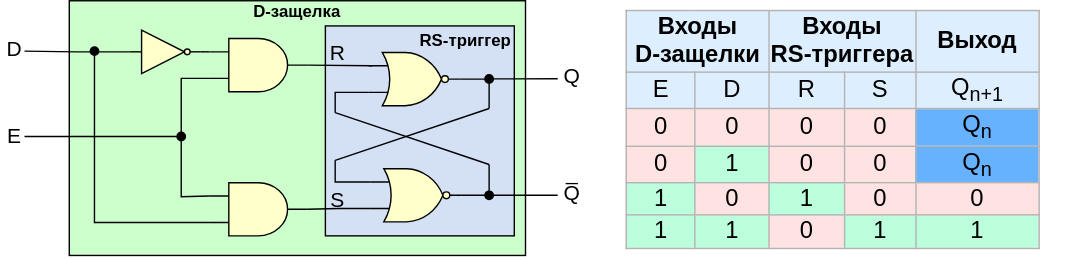
This is .pic/Introduction/Sequential logic/fig_04.drawio.svg from MPSU/APS, a draw.io export, as it was before one commit. Source tidied: cells renumbered, new cells last; positions are measured from the earlier drawing's top-left corner, leaving out a move shared by most shapes.
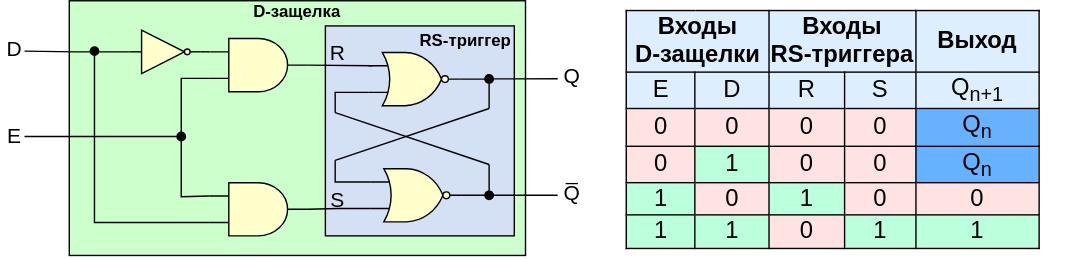
Above is the later version.

Diff of the diagram source:
```diff
@@ -136,7 +136,7 @@
     <mxCell id="30" style="edgeStyle=orthogonalEdgeStyle;rounded=0;jettySize=auto;html=1;exitX=1;exitY=0.5;exitDx=0;exitDy=0;exitPerimeter=0;entryX=0;entryY=0.25;entryDx=0;entryDy=0;entryPerimeter=0;endArrow=none;endFill=0;" parent="1" edge="1" source="29" target="26">
       <mxGeometry relative="1" as="geometry" />
     </mxCell>
-    <mxCell id="31" value="&lt;table border=&quot;1&quot; class=&quot;wikitable&quot; style=&quot;text-align: center; font-size: 17px; border: 1px solid rgb(179, 179, 179); border-collapse: collapse; background-color: rgb(255, 227, 227);&quot; id=&quot;mwAjk&quot;&gt;&lt;tbody id=&quot;mwAjs&quot;&gt;&lt;tr style=&quot;background: rgb(221, 238, 255);&quot; id=&quot;mwAjw&quot;&gt;&lt;td colspan=&quot;2&quot; id=&quot;mwAj0&quot;&gt;&lt;b&gt;&lt;font style=&quot;font-size: 17px;&quot;&gt;Входы&lt;br&gt;&amp;nbsp;D-защелки&amp;nbsp;&lt;/font&gt;&lt;/b&gt;&lt;/td&gt;&lt;td colspan=&quot;2&quot; id=&quot;mwAj8&quot;&gt;&lt;b id=&quot;mwAkA&quot;&gt;&lt;font style=&quot;font-size: 17px;&quot;&gt;Входы&lt;br&gt;RS-триггера&lt;/font&gt;&lt;/b&gt;&lt;/td&gt;&lt;td colspan=&quot;2&quot;&gt;&lt;b&gt;&lt;font style=&quot;font-size: 17px;&quot;&gt;&amp;nbsp; &amp;nbsp;Выход&amp;nbsp; &amp;nbsp;&lt;/font&gt;&lt;/b&gt;&lt;/td&gt;&lt;/tr&gt;&lt;tr style=&quot;background: rgb(221, 238, 255);&quot; id=&quot;mwAkE&quot;&gt;&lt;td id=&quot;mwAkI&quot;&gt;&lt;font style=&quot;font-size: 17px;&quot;&gt;E&lt;/font&gt;&lt;/td&gt;&lt;td id=&quot;mwAkM&quot;&gt;&lt;font style=&quot;font-size: 17px;&quot;&gt;D&lt;/font&gt;&lt;/td&gt;&lt;td id=&quot;mwAkQ&quot;&gt;&lt;font style=&quot;font-size: 17px;&quot;&gt;R&lt;/font&gt;&lt;/td&gt;&lt;td id=&quot;mwAkU&quot;&gt;&lt;font style=&quot;font-size: 17px;&quot;&gt;S&lt;/font&gt;&lt;/td&gt;&lt;td id=&quot;mwAkY&quot;&gt;&lt;font style=&quot;font-size: 17px;&quot;&gt;Q&lt;sub&gt;n+1&lt;/sub&gt;&lt;/font&gt;&lt;/td&gt;&lt;/tr&gt;&lt;tr id=&quot;mwAko&quot;&gt;&lt;td style=&quot;background-color: rgb(255, 227, 227);&quot; id=&quot;mwAks&quot;&gt;&lt;font style=&quot;font-size: 17px;&quot;&gt;0&lt;/font&gt;&lt;/td&gt;&lt;td style=&quot;background-color: rgb(255, 227, 227);&quot; id=&quot;mwAkw&quot;&gt;&lt;font style=&quot;font-size: 17px;&quot;&gt;0&lt;/font&gt;&lt;/td&gt;&lt;td style=&quot;background: rgb(255, 227, 227); color: black; vertical-align: middle; text-align: center;&quot; class=&quot;table-no2&quot; data-mw=&quot;{&amp;quot;parts&amp;quot;:[&amp;quot;|| &amp;quot;,{&amp;quot;template&amp;quot;:{&amp;quot;target&amp;quot;:{&amp;quot;wt&amp;quot;:&amp;quot;no2&amp;quot;,&amp;quot;href&amp;quot;:&amp;quot;./Template:No2&amp;quot;},&amp;quot;params&amp;quot;:{&amp;quot;1&amp;quot;:{&amp;quot;wt&amp;quot;:&amp;quot;0&amp;quot;}},&amp;quot;i&amp;quot;:0}},&amp;quot; &amp;quot;]}&quot; id=&quot;mwASM&quot;&gt;&lt;font style=&quot;font-size: 17px;&quot;&gt;0&lt;/font&gt;&lt;/td&gt;&lt;td style=&quot;background: rgb(255, 227, 227); color: black; vertical-align: middle; text-align: center;&quot; class=&quot;table-yes2&quot; data-mw=&quot;{&amp;quot;parts&amp;quot;:[&amp;quot;|| &amp;quot;,{&amp;quot;template&amp;quot;:{&amp;quot;target&amp;quot;:{&amp;quot;wt&amp;quot;:&amp;quot;yes2&amp;quot;,&amp;quot;href&amp;quot;:&amp;quot;./Template:Yes2&amp;quot;},&amp;quot;params&amp;quot;:{&amp;quot;1&amp;quot;:{&amp;quot;wt&amp;quot;:&amp;quot;1&amp;quot;}},&amp;quot;i&amp;quot;:0}},&amp;quot; &amp;quot;]}&quot; id=&quot;mwASc&quot;&gt;&lt;font style=&quot;font-size: 17px;&quot;&gt;0&lt;/font&gt;&lt;/td&gt;&lt;td style=&quot;background: rgb(102, 178, 255); color: black; text-align: center;&quot; class=&quot;table-no2&quot; data-mw=&quot;{&amp;quot;parts&amp;quot;:[&amp;quot;|| &amp;quot;,{&amp;quot;template&amp;quot;:{&amp;quot;target&amp;quot;:{&amp;quot;wt&amp;quot;:&amp;quot;no2&amp;quot;,&amp;quot;href&amp;quot;:&amp;quot;./Template:No2&amp;quot;},&amp;quot;params&amp;quot;:{&amp;quot;1&amp;quot;:{&amp;quot;wt&amp;quot;:&amp;quot;0&amp;quot;}},&amp;quot;i&amp;quot;:0}},&amp;quot; &amp;quot;]}&quot; id=&quot;mwASM&quot;&gt;&lt;span style=&quot;vertical-align: middle;&quot;&gt;Q&lt;/span&gt;&lt;sub&gt;n&lt;/sub&gt;&lt;br&gt;&lt;/td&gt;&lt;/tr&gt;&lt;tr id=&quot;mwAlM&quot;&gt;&lt;td style=&quot;background-color: rgb(255, 227, 227);&quot; id=&quot;mwAlQ&quot;&gt;&lt;font style=&quot;font-size: 17px;&quot;&gt;0&lt;/font&gt;&lt;/td&gt;&lt;td style=&quot;background-color: rgb(187, 255, 221);&quot; id=&quot;mwAlU&quot;&gt;&lt;font style=&quot;font-size: 17px;&quot;&gt;1&lt;/font&gt;&lt;/td&gt;&lt;td style=&quot;background: rgb(255, 227, 227); color: black; vertical-align: middle; text-align: center;&quot; class=&quot;table-no2&quot; data-mw=&quot;{&amp;quot;parts&amp;quot;:[&amp;quot;|| &amp;quot;,{&amp;quot;template&amp;quot;:{&amp;quot;target&amp;quot;:{&amp;quot;wt&amp;quot;:&amp;quot;no2&amp;quot;,&amp;quot;href&amp;quot;:&amp;quot;./Template:No2&amp;quot;},&amp;quot;params&amp;quot;:{&amp;quot;1&amp;quot;:{&amp;quot;wt&amp;quot;:&amp;quot;0&amp;quot;}},&amp;quot;i&amp;quot;:0}},&amp;quot; &amp;quot;]}&quot; id=&quot;mwASM&quot;&gt;&lt;font style=&quot;font-size: 17px;&quot;&gt;0&lt;/font&gt;&lt;/td&gt;&lt;td style=&quot;background: rgb(255, 227, 227); color: black; vertical-align: middle; text-align: center;&quot; class=&quot;table-yes2&quot; data-mw=&quot;{&amp;quot;parts&amp;quot;:[&amp;quot;|| &amp;quot;,{&amp;quot;template&amp;quot;:{&amp;quot;target&amp;quot;:{&amp;quot;wt&amp;quot;:&amp;quot;yes2&amp;quot;,&amp;quot;href&amp;quot;:&amp;quot;./Template:Yes2&amp;quot;},&amp;quot;params&amp;quot;:{&amp;quot;1&amp;quot;:{&amp;quot;wt&amp;quot;:&amp;quot;1&amp;quot;}},&amp;quot;i&amp;quot;:0}},&amp;quot; &amp;quot;]}&quot; id=&quot;mwASc&quot;&gt;&lt;font style=&quot;font-size: 17px;&quot;&gt;0&lt;/font&gt;&lt;/td&gt;&lt;td style=&quot;background: rgb(102, 178, 255); color: black; text-align: center;&quot; class=&quot;table-yes2&quot; data-mw=&quot;{&amp;quot;parts&amp;quot;:[&amp;quot;|| &amp;quot;,{&amp;quot;template&amp;quot;:{&amp;quot;target&amp;quot;:{&amp;quot;wt&amp;quot;:&amp;quot;yes2&amp;quot;,&amp;quot;href&amp;quot;:&amp;quot;./Template:Yes2&amp;quot;},&amp;quot;params&amp;quot;:{&amp;quot;1&amp;quot;:{&amp;quot;wt&amp;quot;:&amp;quot;1&amp;quot;}},&amp;quot;i&amp;quot;:0}},&amp;quot; &amp;quot;]}&quot; id=&quot;mwASc&quot;&gt;&lt;font style=&quot;font-size: 17px;&quot;&gt;&lt;span style=&quot;vertical-align: middle;&quot;&gt;Q&lt;/span&gt;&lt;sub&gt;n&lt;/sub&gt;&lt;/font&gt;&lt;/td&gt;&lt;/tr&gt;&lt;tr id=&quot;mwAlw&quot;&gt;&lt;td style=&quot;background-color: rgb(187, 255, 221);&quot; id=&quot;mwAl0&quot;&gt;&lt;font style=&quot;font-size: 17px;&quot;&gt;1&lt;/font&gt;&lt;/td&gt;&lt;td style=&quot;background-color: rgb(255, 227, 227);&quot; id=&quot;mwAl4&quot;&gt;&lt;font style=&quot;font-size: 17px;&quot;&gt;0&lt;/font&gt;&lt;/td&gt;&lt;td style=&quot;background: rgb(187, 255, 221); color: black; vertical-align: middle; text-align: center;&quot; class=&quot;table-no2&quot; data-mw=&quot;{&amp;quot;parts&amp;quot;:[&amp;quot;|| &amp;quot;,{&amp;quot;template&amp;quot;:{&amp;quot;target&amp;quot;:{&amp;quot;wt&amp;quot;:&amp;quot;no2&amp;quot;,&amp;quot;href&amp;quot;:&amp;quot;./Template:No2&amp;quot;},&amp;quot;params&amp;quot;:{&amp;quot;1&amp;quot;:{&amp;quot;wt&amp;quot;:&amp;quot;0&amp;quot;}},&amp;quot;i&amp;quot;:0}},&amp;quot; &amp;quot;]}&quot; id=&quot;mwASM&quot;&gt;&lt;font style=&quot;font-size: 17px;&quot;&gt;1&lt;/font&gt;&lt;/td&gt;&lt;td style=&quot;background: rgb(255, 227, 227); color: black; vertical-align: middle; text-align: center;&quot; class=&quot;table-yes2&quot; data-mw=&quot;{&amp;quot;parts&amp;quot;:[&amp;quot;|| &amp;quot;,{&amp;quot;template&amp;quot;:{&amp;quot;target&amp;quot;:{&amp;quot;wt&amp;quot;:&amp;quot;yes2&amp;quot;,&amp;quot;href&amp;quot;:&amp;quot;./Template:Yes2&amp;quot;},&amp;quot;params&amp;quot;:{&amp;quot;1&amp;quot;:{&amp;quot;wt&amp;quot;:&amp;quot;1&amp;quot;}},&amp;quot;i&amp;quot;:0}},&amp;quot; &amp;quot;]}&quot; id=&quot;mwASc&quot;&gt;&lt;font style=&quot;font-size: 17px;&quot;&gt;0&lt;/font&gt;&lt;/td&gt;&lt;td style=&quot;background: rgb(255, 227, 227); color: black; vertical-align: middle; text-align: center;&quot; class=&quot;table-yes2&quot; data-mw=&quot;{&amp;quot;parts&amp;quot;:[&amp;quot;|| &amp;quot;,{&amp;quot;template&amp;quot;:{&amp;quot;target&amp;quot;:{&amp;quot;wt&amp;quot;:&amp;quot;yes2&amp;quot;,&amp;quot;href&amp;quot;:&amp;quot;./Template:Yes2&amp;quot;},&amp;quot;params&amp;quot;:{&amp;quot;1&amp;quot;:{&amp;quot;wt&amp;quot;:&amp;quot;1&amp;quot;}},&amp;quot;i&amp;quot;:0}},&amp;quot; &amp;quot;]}&quot; id=&quot;mwASc&quot;&gt;&lt;font style=&quot;font-size: 17px;&quot;&gt;0&lt;/font&gt;&lt;/td&gt;&lt;/tr&gt;&lt;tr id=&quot;mwAmU&quot;&gt;&lt;td style=&quot;background-color: rgb(187, 255, 221);&quot; id=&quot;mwAmY&quot;&gt;&lt;font style=&quot;font-size: 17px;&quot;&gt;1&lt;/font&gt;&lt;/td&gt;&lt;td style=&quot;background-color: rgb(187, 255, 221);&quot; id=&quot;mwAmc&quot;&gt;&lt;font style=&quot;font-size: 17px;&quot;&gt;1&lt;/font&gt;&lt;/td&gt;&lt;td style=&quot;background-image: initial; background-position: initial; background-size: initial; background-repeat: initial; background-attachment: initial; background-origin: initial; background-clip: initial; color: black; vertical-align: middle; text-align: center;&quot; class=&quot;table-yes2&quot; data-mw=&quot;{&amp;quot;parts&amp;quot;:[&amp;quot;|| &amp;quot;,{&amp;quot;template&amp;quot;:{&amp;quot;target&amp;quot;:{&amp;quot;wt&amp;quot;:&amp;quot;yes2&amp;quot;,&amp;quot;href&amp;quot;:&amp;quot;./Template:Yes2&amp;quot;},&amp;quot;params&amp;quot;:{&amp;quot;1&amp;quot;:{&amp;quot;wt&amp;quot;:&amp;quot;1&amp;quot;}},&amp;quot;i&amp;quot;:0}},&amp;quot; &amp;quot;]}&quot; id=&quot;mwASc&quot;&gt;&lt;span&gt;0&lt;/span&gt;&lt;/td&gt;&lt;td style=&quot;background: rgb(187, 255, 221); color: black; vertical-align: middle; text-align: center;&quot; class=&quot;table-no2&quot; data-mw=&quot;{&amp;quot;parts&amp;quot;:[&amp;quot;|| &amp;quot;,{&amp;quot;template&amp;quot;:{&amp;quot;target&amp;quot;:{&amp;quot;wt&amp;quot;:&amp;quot;no2&amp;quot;,&amp;quot;href&amp;quot;:&amp;quot;./Template:No2&amp;quot;},&amp;quot;params&amp;quot;:{&amp;quot;1&amp;quot;:{&amp;quot;wt&amp;quot;:&amp;quot;0&amp;quot;}},&amp;quot;i&amp;quot;:0}},&amp;quot; &amp;quot;]}&quot; id=&quot;mwASM&quot;&gt;&lt;font style=&quot;font-size: 17px;&quot;&gt;1&lt;/font&gt;&lt;/td&gt;&lt;td style=&quot;background: rgb(187, 255, 221); color: black; vertical-align: middle; text-align: center;&quot; class=&quot;table-yes2&quot; data-mw=&quot;{&amp;quot;parts&amp;quot;:[&amp;quot;|| &amp;quot;,{&amp;quot;template&amp;quot;:{&amp;quot;target&amp;quot;:{&amp;quot;wt&amp;quot;:&amp;quot;yes2&amp;quot;,&amp;quot;href&amp;quot;:&amp;quot;./Template:Yes2&amp;quot;},&amp;quot;params&amp;quot;:{&amp;quot;1&amp;quot;:{&amp;quot;wt&amp;quot;:&amp;quot;1&amp;quot;}},&amp;quot;i&amp;quot;:0}},&amp;quot; &amp;quot;]}&quot; id=&quot;mwASc&quot;&gt;&lt;font style=&quot;font-size: 17px;&quot;&gt;1&lt;/font&gt;&lt;/td&gt;&lt;/tr&gt;&lt;/tbody&gt;&lt;/table&gt;" style="text;whiteSpace=wrap;html=1;strokeColor=none;" parent="1" vertex="1">
+    <mxCell id="31" value="&lt;table border=&quot;1&quot; class=&quot;wikitable&quot; style=&quot;text-align: center; font-size: 17px; border: 1px solid rgb(0, 0, 0); border-collapse: collapse; background-color: rgb(255, 227, 227);&quot; id=&quot;mwAjk&quot;&gt;&lt;tbody id=&quot;mwAjs&quot;&gt;&lt;tr style=&quot;background: rgb(221, 238, 255);&quot; id=&quot;mwAjw&quot;&gt;&lt;td colspan=&quot;2&quot; id=&quot;mwAj0&quot; style=&quot;border: 1px solid rgb(0, 0, 0);&quot;&gt;&lt;b&gt;&lt;font style=&quot;font-size: 17px;&quot;&gt;Входы&lt;br&gt;&amp;nbsp;D-защелки&amp;nbsp;&lt;/font&gt;&lt;/b&gt;&lt;/td&gt;&lt;td colspan=&quot;2&quot; id=&quot;mwAj8&quot; style=&quot;border: 1px solid rgb(0, 0, 0);&quot;&gt;&lt;b id=&quot;mwAkA&quot;&gt;&lt;font style=&quot;font-size: 17px;&quot;&gt;Входы&lt;br&gt;RS-триггера&lt;/font&gt;&lt;/b&gt;&lt;/td&gt;&lt;td colspan=&quot;2&quot; style=&quot;border: 1px solid rgb(0, 0, 0);&quot;&gt;&lt;b&gt;&lt;font style=&quot;font-size: 17px;&quot;&gt;&amp;nbsp; &amp;nbsp;Выход&amp;nbsp; &amp;nbsp;&lt;/font&gt;&lt;/b&gt;&lt;/td&gt;&lt;/tr&gt;&lt;tr style=&quot;background: rgb(221, 238, 255);&quot; id=&quot;mwAkE&quot;&gt;&lt;td id=&quot;mwAkI&quot; style=&quot;border: 1px solid rgb(0, 0, 0);&quot;&gt;&lt;font style=&quot;font-size: 17px;&quot;&gt;E&lt;/font&gt;&lt;/td&gt;&lt;td id=&quot;mwAkM&quot; style=&quot;border: 1px solid rgb(0, 0, 0);&quot;&gt;&lt;font style=&quot;font-size: 17px;&quot;&gt;D&lt;/font&gt;&lt;/td&gt;&lt;td id=&quot;mwAkQ&quot; style=&quot;border: 1px solid rgb(0, 0, 0);&quot;&gt;&lt;font style=&quot;font-size: 17px;&quot;&gt;R&lt;/font&gt;&lt;/td&gt;&lt;td id=&quot;mwAkU&quot; style=&quot;border: 1px solid rgb(0, 0, 0);&quot;&gt;&lt;font style=&quot;font-size: 17px;&quot;&gt;S&lt;/font&gt;&lt;/td&gt;&lt;td id=&quot;mwAkY&quot; style=&quot;border: 1px solid rgb(0, 0, 0);&quot;&gt;&lt;font style=&quot;font-size: 17px;&quot;&gt;Q&lt;sub&gt;n+1&lt;/sub&gt;&lt;/font&gt;&lt;/td&gt;&lt;/tr&gt;&lt;tr id=&quot;mwAko&quot;&gt;&lt;td style=&quot;background-color: rgb(255, 227, 227); border: 1px solid rgb(0, 0, 0);&quot; id=&quot;mwAks&quot;&gt;&lt;font style=&quot;font-size: 17px;&quot;&gt;0&lt;/font&gt;&lt;/td&gt;&lt;td style=&quot;background-color: rgb(255, 227, 227); border: 1px solid rgb(0, 0, 0);&quot; id=&quot;mwAkw&quot;&gt;&lt;font style=&quot;font-size: 17px;&quot;&gt;0&lt;/font&gt;&lt;/td&gt;&lt;td style=&quot;background: rgb(255, 227, 227); color: black; vertical-align: middle; text-align: center; border: 1px solid rgb(0, 0, 0);&quot; class=&quot;table-no2&quot; data-mw=&quot;{&amp;quot;parts&amp;quot;:[&amp;quot;|| &amp;quot;,{&amp;quot;template&amp;quot;:{&amp;quot;target&amp;quot;:{&amp;quot;wt&amp;quot;:&amp;quot;no2&amp;quot;,&amp;quot;href&amp;quot;:&amp;quot;./Template:No2&amp;quot;},&amp;quot;params&amp;quot;:{&amp;quot;1&amp;quot;:{&amp;quot;wt&amp;quot;:&amp;quot;0&amp;quot;}},&amp;quot;i&amp;quot;:0}},&amp;quot; &amp;quot;]}&quot; id=&quot;mwASM&quot;&gt;&lt;font style=&quot;font-size: 17px;&quot;&gt;0&lt;/font&gt;&lt;/td&gt;&lt;td style=&quot;background: rgb(255, 227, 227); color: black; vertical-align: middle; text-align: center; border: 1px solid rgb(0, 0, 0);&quot; class=&quot;table-yes2&quot; data-mw=&quot;{&amp;quot;parts&amp;quot;:[&amp;quot;|| &amp;quot;,{&amp;quot;template&amp;quot;:{&amp;quot;target&amp;quot;:{&amp;quot;wt&amp;quot;:&amp;quot;yes2&amp;quot;,&amp;quot;href&amp;quot;:&amp;quot;./Template:Yes2&amp;quot;},&amp;quot;params&amp;quot;:{&amp;quot;1&amp;quot;:{&amp;quot;wt&amp;quot;:&amp;quot;1&amp;quot;}},&amp;quot;i&amp;quot;:0}},&amp;quot; &amp;quot;]}&quot; id=&quot;mwASc&quot;&gt;&lt;font style=&quot;font-size: 17px;&quot;&gt;0&lt;/font&gt;&lt;/td&gt;&lt;td style=&quot;background: rgb(102, 178, 255); color: black; text-align: center; border: 1px solid rgb(0, 0, 0);&quot; class=&quot;table-no2&quot; data-mw=&quot;{&amp;quot;parts&amp;quot;:[&amp;quot;|| &amp;quot;,{&amp;quot;template&amp;quot;:{&amp;quot;target&amp;quot;:{&amp;quot;wt&amp;quot;:&amp;quot;no2&amp;quot;,&amp;quot;href&amp;quot;:&amp;quot;./Template:No2&amp;quot;},&amp;quot;params&amp;quot;:{&amp;quot;1&amp;quot;:{&amp;quot;wt&amp;quot;:&amp;quot;0&amp;quot;}},&amp;quot;i&amp;quot;:0}},&amp;quot; &amp;quot;]}&quot; id=&quot;mwASM&quot;&gt;&lt;span style=&quot;vertical-align: middle;&quot;&gt;Q&lt;/span&gt;&lt;sub&gt;n&lt;/sub&gt;&lt;br&gt;&lt;/td&gt;&lt;/tr&gt;&lt;tr id=&quot;mwAlM&quot;&gt;&lt;td style=&quot;background-color: rgb(255, 227, 227); border: 1px solid rgb(0, 0, 0);&quot; id=&quot;mwAlQ&quot;&gt;&lt;font style=&quot;font-size: 17px;&quot;&gt;0&lt;/font&gt;&lt;/td&gt;&lt;td style=&quot;background-color: rgb(187, 255, 221); border: 1px solid rgb(0, 0, 0);&quot; id=&quot;mwAlU&quot;&gt;&lt;font style=&quot;font-size: 17px;&quot;&gt;1&lt;/font&gt;&lt;/td&gt;&lt;td style=&quot;background: rgb(255, 227, 227); color: black; vertical-align: middle; text-align: center; border: 1px solid rgb(0, 0, 0);&quot; class=&quot;table-no2&quot; data-mw=&quot;{&amp;quot;parts&amp;quot;:[&amp;quot;|| &amp;quot;,{&amp;quot;template&amp;quot;:{&amp;quot;target&amp;quot;:{&amp;quot;wt&amp;quot;:&amp;quot;no2&amp;quot;,&amp;quot;href&amp;quot;:&amp;quot;./Template:No2&amp;quot;},&amp;quot;params&amp;quot;:{&amp;quot;1&amp;quot;:{&amp;quot;wt&amp;quot;:&amp;quot;0&amp;quot;}},&amp;quot;i&amp;quot;:0}},&amp;quot; &amp;quot;]}&quot; id=&quot;mwASM&quot;&gt;&lt;font style=&quot;font-size: 17px;&quot;&gt;0&lt;/font&gt;&lt;/td&gt;&lt;td style=&quot;background: rgb(255, 227, 227); color: black; vertical-align: middle; text-align: center; border: 1px solid rgb(0, 0, 0);&quot; class=&quot;table-yes2&quot; data-mw=&quot;{&amp;quot;parts&amp;quot;:[&amp;quot;|| &amp;quot;,{&amp;quot;template&amp;quot;:{&amp;quot;target&amp;quot;:{&amp;quot;wt&amp;quot;:&amp;quot;yes2&amp;quot;,&amp;quot;href&amp;quot;:&amp;quot;./Template:Yes2&amp;quot;},&amp;quot;params&amp;quot;:{&amp;quot;1&amp;quot;:{&amp;quot;wt&amp;quot;:&amp;quot;1&amp;quot;}},&amp;quot;i&amp;quot;:0}},&amp;quot; &amp;quot;]}&quot; id=&quot;mwASc&quot;&gt;&lt;font style=&quot;font-size: 17px;&quot;&gt;0&lt;/font&gt;&lt;/td&gt;&lt;td style=&quot;background: rgb(102, 178, 255); color: black; text-align: center; border: 1px solid rgb(0, 0, 0);&quot; class=&quot;table-yes2&quot; data-mw=&quot;{&amp;quot;parts&amp;quot;:[&amp;quot;|| &amp;quot;,{&amp;quot;template&amp;quot;:{&amp;quot;target&amp;quot;:{&amp;quot;wt&amp;quot;:&amp;quot;yes2&amp;quot;,&amp;quot;href&amp;quot;:&amp;quot;./Template:Yes2&amp;quot;},&amp;quot;params&amp;quot;:{&amp;quot;1&amp;quot;:{&amp;quot;wt&amp;quot;:&amp;quot;1&amp;quot;}},&amp;quot;i&amp;quot;:0}},&amp;quot; &amp;quot;]}&quot; id=&quot;mwASc&quot;&gt;&lt;font style=&quot;font-size: 17px;&quot;&gt;&lt;span style=&quot;vertical-align: middle;&quot;&gt;Q&lt;/span&gt;&lt;sub&gt;n&lt;/sub&gt;&lt;/font&gt;&lt;/td&gt;&lt;/tr&gt;&lt;tr id=&quot;mwAlw&quot;&gt;&lt;td style=&quot;background-color: rgb(187, 255, 221); border: 1px solid rgb(0, 0, 0);&quot; id=&quot;mwAl0&quot;&gt;&lt;font style=&quot;font-size: 17px;&quot;&gt;1&lt;/font&gt;&lt;/td&gt;&lt;td style=&quot;background-color: rgb(255, 227, 227); border: 1px solid rgb(0, 0, 0);&quot; id=&quot;mwAl4&quot;&gt;&lt;font style=&quot;font-size: 17px;&quot;&gt;0&lt;/font&gt;&lt;/td&gt;&lt;td style=&quot;background: rgb(187, 255, 221); color: black; vertical-align: middle; text-align: center; border: 1px solid rgb(0, 0, 0);&quot; class=&quot;table-no2&quot; data-mw=&quot;{&amp;quot;parts&amp;quot;:[&amp;quot;|| &amp;quot;,{&amp;quot;template&amp;quot;:{&amp;quot;target&amp;quot;:{&amp;quot;wt&amp;quot;:&amp;quot;no2&amp;quot;,&amp;quot;href&amp;quot;:&amp;quot;./Template:No2&amp;quot;},&amp;quot;params&amp;quot;:{&amp;quot;1&amp;quot;:{&amp;quot;wt&amp;quot;:&amp;quot;0&amp;quot;}},&amp;quot;i&amp;quot;:0}},&amp;quot; &amp;quot;]}&quot; id=&quot;mwASM&quot;&gt;&lt;font style=&quot;font-size: 17px;&quot;&gt;1&lt;/font&gt;&lt;/td&gt;&lt;td style=&quot;background: rgb(255, 227, 227); color: black; vertical-align: middle; text-align: center; border: 1px solid rgb(0, 0, 0);&quot; class=&quot;table-yes2&quot; data-mw=&quot;{&amp;quot;parts&amp;quot;:[&amp;quot;|| &amp;quot;,{&amp;quot;template&amp;quot;:{&amp;quot;target&amp;quot;:{&amp;quot;wt&amp;quot;:&amp;quot;yes2&amp;quot;,&amp;quot;href&amp;quot;:&amp;quot;./Template:Yes2&amp;quot;},&amp;quot;params&amp;quot;:{&amp;quot;1&amp;quot;:{&amp;quot;wt&amp;quot;:&amp;quot;1&amp;quot;}},&amp;quot;i&amp;quot;:0}},&amp;quot; &amp;quot;]}&quot; id=&quot;mwASc&quot;&gt;&lt;font style=&quot;font-size: 17px;&quot;&gt;0&lt;/font&gt;&lt;/td&gt;&lt;td style=&quot;background: rgb(255, 227, 227); color: black; vertical-align: middle; text-align: center; border: 1px solid rgb(0, 0, 0);&quot; class=&quot;table-yes2&quot; data-mw=&quot;{&amp;quot;parts&amp;quot;:[&amp;quot;|| &amp;quot;,{&amp;quot;template&amp;quot;:{&amp;quot;target&amp;quot;:{&amp;quot;wt&amp;quot;:&amp;quot;yes2&amp;quot;,&amp;quot;href&amp;quot;:&amp;quot;./Template:Yes2&amp;quot;},&amp;quot;params&amp;quot;:{&amp;quot;1&amp;quot;:{&amp;quot;wt&amp;quot;:&amp;quot;1&amp;quot;}},&amp;quot;i&amp;quot;:0}},&amp;quot; &amp;quot;]}&quot; id=&quot;mwASc&quot;&gt;&lt;font style=&quot;font-size: 17px;&quot;&gt;0&lt;/font&gt;&lt;/td&gt;&lt;/tr&gt;&lt;tr id=&quot;mwAmU&quot;&gt;&lt;td style=&quot;background-color: rgb(187, 255, 221); border: 1px solid rgb(0, 0, 0);&quot; id=&quot;mwAmY&quot;&gt;&lt;font style=&quot;font-size: 17px;&quot;&gt;1&lt;/font&gt;&lt;/td&gt;&lt;td style=&quot;background-color: rgb(187, 255, 221); border: 1px solid rgb(0, 0, 0);&quot; id=&quot;mwAmc&quot;&gt;&lt;font style=&quot;font-size: 17px;&quot;&gt;1&lt;/font&gt;&lt;/td&gt;&lt;td style=&quot;background-image: initial; background-position: initial; background-size: initial; background-repeat: initial; background-attachment: initial; background-origin: initial; background-clip: initial; color: black; vertical-align: middle; text-align: center; border: 1px solid rgb(0, 0, 0);&quot; class=&quot;table-yes2&quot; data-mw=&quot;{&amp;quot;parts&amp;quot;:[&amp;quot;|| &amp;quot;,{&amp;quot;template&amp;quot;:{&amp;quot;target&amp;quot;:{&amp;quot;wt&amp;quot;:&amp;quot;yes2&amp;quot;,&amp;quot;href&amp;quot;:&amp;quot;./Template:Yes2&amp;quot;},&amp;quot;params&amp;quot;:{&amp;quot;1&amp;quot;:{&amp;quot;wt&amp;quot;:&amp;quot;1&amp;quot;}},&amp;quot;i&amp;quot;:0}},&amp;quot; &amp;quot;]}&quot; id=&quot;mwASc&quot;&gt;&lt;span&gt;0&lt;/span&gt;&lt;/td&gt;&lt;td style=&quot;background: rgb(187, 255, 221); color: black; vertical-align: middle; text-align: center; border: 1px solid rgb(0, 0, 0);&quot; class=&quot;table-no2&quot; data-mw=&quot;{&amp;quot;parts&amp;quot;:[&amp;quot;|| &amp;quot;,{&amp;quot;template&amp;quot;:{&amp;quot;target&amp;quot;:{&amp;quot;wt&amp;quot;:&amp;quot;no2&amp;quot;,&amp;quot;href&amp;quot;:&amp;quot;./Template:No2&amp;quot;},&amp;quot;params&amp;quot;:{&amp;quot;1&amp;quot;:{&amp;quot;wt&amp;quot;:&amp;quot;0&amp;quot;}},&amp;quot;i&amp;quot;:0}},&amp;quot; &amp;quot;]}&quot; id=&quot;mwASM&quot;&gt;&lt;font style=&quot;font-size: 17px;&quot;&gt;1&lt;/font&gt;&lt;/td&gt;&lt;td style=&quot;background: rgb(187, 255, 221); color: black; vertical-align: middle; text-align: center; border: 1px solid rgb(0, 0, 0);&quot; class=&quot;table-yes2&quot; data-mw=&quot;{&amp;quot;parts&amp;quot;:[&amp;quot;|| &amp;quot;,{&amp;quot;template&amp;quot;:{&amp;quot;target&amp;quot;:{&amp;quot;wt&amp;quot;:&amp;quot;yes2&amp;quot;,&amp;quot;href&amp;quot;:&amp;quot;./Template:Yes2&amp;quot;},&amp;quot;params&amp;quot;:{&amp;quot;1&amp;quot;:{&amp;quot;wt&amp;quot;:&amp;quot;1&amp;quot;}},&amp;quot;i&amp;quot;:0}},&amp;quot; &amp;quot;]}&quot; id=&quot;mwASc&quot;&gt;&lt;font style=&quot;font-size: 17px;&quot;&gt;1&lt;/font&gt;&lt;/td&gt;&lt;/tr&gt;&lt;/tbody&gt;&lt;/table&gt;" style="text;whiteSpace=wrap;html=1;strokeColor=none;" parent="1" vertex="1">
       <mxGeometry x="445" width="331" height="184" as="geometry" />
     </mxCell>
   </root>
```
